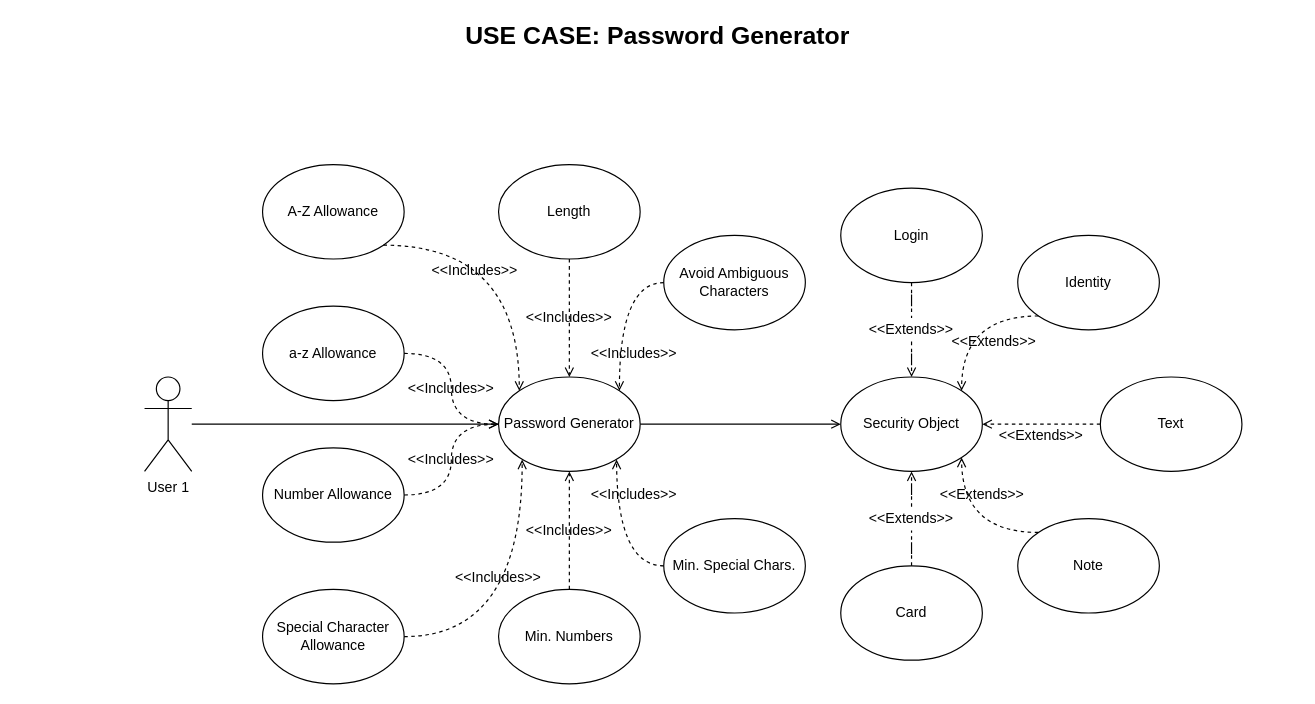
Above: usecase/password_generator/Password.drawio in DoctorEww/software-assurance (draw.io), before the change. Source tidied: cells renumbered, new cells numbered last; positions are measured from the earlier drawing's top-left corner, leaving out a move shared by most shapes. Both pictures are drawn from the tidied source at 118%, with x=0, y=0 at pixel (20, 22).
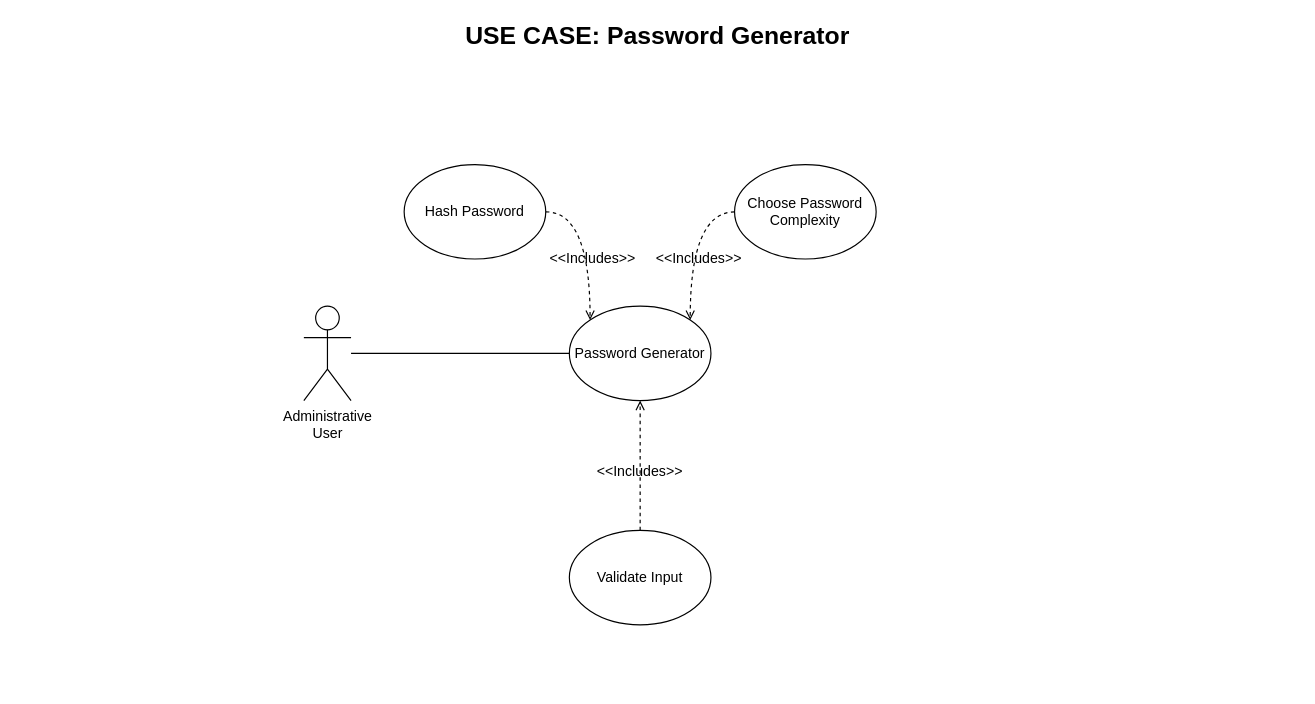
The same page after the edit.

Commit message (it also covers changes not shown here):
Fix Diagrams, Add JPG

Change to the diagram source:
```diff
@@
-    <mxCell id="2" value="User 1" style="shape=umlActor;verticalLabelPosition=bottom;verticalAlign=top;html=1;outlineConnect=0;" parent="1" vertex="1">
-      <mxGeometry x="105" y="300" width="40" height="80" as="geometry" />
+    <mxCell id="2" value="&lt;div&gt;Administrative&lt;/div&gt;&lt;div&gt;User&lt;br&gt;&lt;/div&gt;" style="shape=umlActor;verticalLabelPosition=bottom;verticalAlign=top;html=1;outlineConnect=0;" parent="1" vertex="1">
+      <mxGeometry x="240" y="240" width="40" height="80" as="geometry" />
     </mxCell>
-    <mxCell id="3" style="edgeStyle=orthogonalEdgeStyle;rounded=0;jettySize=auto;html=1;entryX=0;entryY=0.5;entryDx=0;entryDy=0;endArrow=open;endFill=0;" parent="1" edge="1" source="4" target="31">
-      <mxGeometry relative="1" as="geometry" />
-    </mxCell>
     <mxCell id="4" value="Password Generator" style="ellipse;whiteSpace=wrap;html=1;" parent="1" vertex="1">
-      <mxGeometry x="405" y="300" width="120" height="80" as="geometry" />
+      <mxGeometry x="465" y="240" width="120" height="80" as="geometry" />
     </mxCell>
@@
-    <mxCell id="7" style="edgeStyle=orthogonalEdgeStyle;rounded=0;jettySize=auto;html=1;entryX=0.5;entryY=0;entryDx=0;entryDy=0;dashed=1;endArrow=open;endFill=0;" parent="1" edge="1" source="8" target="4">
-      <mxGeometry relative="1" as="geometry" />
+    <mxCell id="7" style="edgeStyle=orthogonalEdgeStyle;rounded=0;jettySize=auto;html=1;entryX=1;entryY=0;entryDx=0;entryDy=0;dashed=1;endArrow=open;endFill=0;curved=1;" parent="1" edge="1" target="4">
+      <mxGeometry relative="1" as="geometry">
+        <mxPoint x="605" y="160" as="sourcePoint" />
+      </mxGeometry>
     </mxCell>
-    <mxCell id="8" value="Length" style="ellipse;whiteSpace=wrap;html=1;" parent="1" vertex="1">
-      <mxGeometry x="405" y="120" width="120" height="80" as="geometry" />
+    <mxCell id="8" value="Choose Password Complexity" style="ellipse;whiteSpace=wrap;html=1;" parent="1" vertex="1">
+      <mxGeometry x="605" y="120" width="120" height="80" as="geometry" />
     </mxCell>
-    <mxCell id="9" value="A-Z Allowance" style="ellipse;whiteSpace=wrap;html=1;" parent="1" vertex="1">
-      <mxGeometry x="205" y="120" width="120" height="80" as="geometry" />
-    </mxCell>
-    <mxCell id="10" value="a-z Allowance" style="ellipse;whiteSpace=wrap;html=1;" parent="1" vertex="1">
-      <mxGeometry x="205" y="240" width="120" height="80" as="geometry" />
-    </mxCell>
-    <mxCell id="11" value="Number Allowance" style="ellipse;whiteSpace=wrap;html=1;" parent="1" vertex="1">
-      <mxGeometry x="205" y="360" width="120" height="80" as="geometry" />
-    </mxCell>
-    <mxCell id="12" value="Special Character Allowance" style="ellipse;whiteSpace=wrap;html=1;" parent="1" vertex="1">
-      <mxGeometry x="205" y="480" width="120" height="80" as="geometry" />
+    <mxCell id="12" value="Hash Password" style="ellipse;whiteSpace=wrap;html=1;" parent="1" vertex="1">
+      <mxGeometry x="325" y="120" width="120" height="80" as="geometry" />
     </mxCell>
@@
-    <mxCell id="14" value="Min. Numbers" style="ellipse;whiteSpace=wrap;html=1;" parent="1" vertex="1">
-      <mxGeometry x="405" y="480" width="120" height="80" as="geometry" />
+    <mxCell id="14" value="Validate Input" style="ellipse;whiteSpace=wrap;html=1;" parent="1" vertex="1">
+      <mxGeometry x="465" y="430" width="120" height="80" as="geometry" />
     </mxCell>
     <mxCell id="15" value="&amp;lt;&amp;lt;Includes&amp;gt;&amp;gt;" style="text;html=1;strokeColor=none;fillColor=none;align=center;verticalAlign=middle;whiteSpace=wrap;rounded=0;" parent="1" vertex="1">
-      <mxGeometry x="415" y="240" width="100" height="20" as="geometry" />
+      <mxGeometry x="525" y="190" width="100" height="20" as="geometry" />
     </mxCell>
-    <mxCell id="16" style="edgeStyle=orthogonalEdgeStyle;rounded=1;jettySize=auto;html=1;entryX=0;entryY=0;entryDx=0;entryDy=0;dashed=1;strokeWidth=1;endFill=0;endArrow=open;curved=1;exitX=1;exitY=1;exitDx=0;exitDy=0;" parent="1" edge="1" source="9" target="4">
-      <mxGeometry relative="1" as="geometry" />
-    </mxCell>
-    <mxCell id="17" style="edgeStyle=orthogonalEdgeStyle;rounded=1;jettySize=auto;html=1;entryX=0;entryY=0.5;entryDx=0;entryDy=0;dashed=1;strokeWidth=1;endFill=0;endArrow=open;curved=1;" parent="1" edge="1" source="10" target="4">
-      <mxGeometry relative="1" as="geometry" />
-    </mxCell>
-    <mxCell id="18" style="edgeStyle=orthogonalEdgeStyle;rounded=1;jettySize=auto;html=1;dashed=1;strokeWidth=1;endFill=0;endArrow=open;curved=1;exitX=1;exitY=0.5;exitDx=0;exitDy=0;" parent="1" edge="1" source="11" target="4">
-      <mxGeometry relative="1" as="geometry" />
-    </mxCell>
-    <mxCell id="19" style="edgeStyle=orthogonalEdgeStyle;rounded=1;jettySize=auto;html=1;dashed=1;strokeWidth=1;endFill=0;endArrow=open;curved=1;" parent="1" edge="1" source="12">
-      <mxGeometry relative="1" as="geometry">
-        <mxPoint x="425" y="370" as="targetPoint" />
-      </mxGeometry>
+    <mxCell id="19" style="edgeStyle=orthogonalEdgeStyle;rounded=1;jettySize=auto;html=1;dashed=1;strokeWidth=1;endFill=0;endArrow=open;curved=1;entryX=0;entryY=0;entryDx=0;entryDy=0;" parent="1" edge="1" source="12" target="4">
+      <mxGeometry relative="1" as="geometry" />
     </mxCell>
-    <mxCell id="20" value="Min. Special Chars." style="ellipse;whiteSpace=wrap;html=1;" parent="1" vertex="1">
-      <mxGeometry x="545" y="420" width="120" height="80" as="geometry" />
-    </mxCell>
-    <mxCell id="21" value="Avoid Ambiguous Characters" style="ellipse;whiteSpace=wrap;html=1;" parent="1" vertex="1">
-      <mxGeometry x="545" y="180" width="120" height="80" as="geometry" />
-    </mxCell>
-    <mxCell id="22" style="edgeStyle=orthogonalEdgeStyle;rounded=1;jettySize=auto;html=1;dashed=1;strokeWidth=1;endFill=0;endArrow=open;curved=1;exitX=0;exitY=0.5;exitDx=0;exitDy=0;entryX=1;entryY=0;entryDx=0;entryDy=0;" parent="1" edge="1" source="21" target="4">
-      <mxGeometry relative="1" as="geometry" />
-    </mxCell>
-    <mxCell id="23" style="edgeStyle=orthogonalEdgeStyle;rounded=1;jettySize=auto;html=1;dashed=1;strokeWidth=1;endFill=0;endArrow=open;curved=1;exitX=0;exitY=0.5;exitDx=0;exitDy=0;" parent="1" edge="1" source="20">
-      <mxGeometry relative="1" as="geometry">
-        <mxPoint x="505" y="370" as="targetPoint" />
-      </mxGeometry>
-    </mxCell>
-    <mxCell id="24" value="&amp;lt;&amp;lt;Includes&amp;gt;&amp;gt;" style="text;html=1;strokeColor=none;fillColor=none;align=center;verticalAlign=middle;whiteSpace=wrap;rounded=0;" parent="1" vertex="1">
-      <mxGeometry x="415" y="420" width="100" height="20" as="geometry" />
-    </mxCell>
     <mxCell id="25" value="&amp;lt;&amp;lt;Includes&amp;gt;&amp;gt;" style="text;html=1;strokeColor=none;fillColor=none;align=center;verticalAlign=middle;whiteSpace=wrap;rounded=0;" parent="1" vertex="1">
-      <mxGeometry x="355" y="460" width="100" height="20" as="geometry" />
+      <mxGeometry x="475" y="370" width="100" height="20" as="geometry" />
     </mxCell>
-    <mxCell id="26" value="&amp;lt;&amp;lt;Includes&amp;gt;&amp;gt;" style="text;html=1;strokeColor=none;fillColor=none;align=center;verticalAlign=middle;whiteSpace=wrap;rounded=0;" parent="1" vertex="1">
-      <mxGeometry x="315" y="360" width="100" height="20" as="geometry" />
-    </mxCell>
-    <mxCell id="27" value="&amp;lt;&amp;lt;Includes&amp;gt;&amp;gt;" style="text;html=1;strokeColor=none;fillColor=none;align=center;verticalAlign=middle;whiteSpace=wrap;rounded=0;" parent="1" vertex="1">
-      <mxGeometry x="315" y="300" width="100" height="20" as="geometry" />
-    </mxCell>
-    <mxCell id="28" value="&amp;lt;&amp;lt;Includes&amp;gt;&amp;gt;" style="text;html=1;strokeColor=none;fillColor=none;align=center;verticalAlign=middle;whiteSpace=wrap;rounded=0;" parent="1" vertex="1">
-      <mxGeometry x="335" y="200" width="100" height="20" as="geometry" />
-    </mxCell>
-    <mxCell id="29" value="&amp;lt;&amp;lt;Includes&amp;gt;&amp;gt;" style="text;html=1;strokeColor=none;fillColor=none;align=center;verticalAlign=middle;whiteSpace=wrap;rounded=0;" parent="1" vertex="1">
-      <mxGeometry x="470" y="270" width="100" height="20" as="geometry" />
-    </mxCell>
-    <mxCell id="30" value="&amp;lt;&amp;lt;Includes&amp;gt;&amp;gt;" style="text;html=1;strokeColor=none;fillColor=none;align=center;verticalAlign=middle;whiteSpace=wrap;rounded=0;" parent="1" vertex="1">
-      <mxGeometry x="470" y="390" width="100" height="20" as="geometry" />
-    </mxCell>
-    <mxCell id="31" value="Security Object" style="ellipse;whiteSpace=wrap;html=1;" parent="1" vertex="1">
-      <mxGeometry x="695" y="300" width="120" height="80" as="geometry" />
-    </mxCell>
-    <mxCell id="32" style="edgeStyle=orthogonalEdgeStyle;rounded=0;jettySize=auto;html=1;entryX=0.5;entryY=0;entryDx=0;entryDy=0;dashed=1;endArrow=open;endFill=0;startArrow=none;" parent="1" edge="1" source="42" target="31">
-      <mxGeometry relative="1" as="geometry" />
-    </mxCell>
-    <mxCell id="33" value="Login" style="ellipse;whiteSpace=wrap;html=1;" parent="1" vertex="1">
-      <mxGeometry x="695" y="140" width="120" height="80" as="geometry" />
-    </mxCell>
-    <mxCell id="34" style="edgeStyle=orthogonalEdgeStyle;rounded=0;jettySize=auto;html=1;entryX=0.5;entryY=1;entryDx=0;entryDy=0;dashed=1;endArrow=open;endFill=0;startArrow=none;" parent="1" edge="1" source="46" target="31">
-      <mxGeometry relative="1" as="geometry" />
-    </mxCell>
-    <mxCell id="35" value="Card" style="ellipse;whiteSpace=wrap;html=1;" parent="1" vertex="1">
-      <mxGeometry x="695" y="460" width="120" height="80" as="geometry" />
-    </mxCell>
-    <mxCell id="36" value="Identity" style="ellipse;whiteSpace=wrap;html=1;" parent="1" vertex="1">
-      <mxGeometry x="845" y="180" width="120" height="80" as="geometry" />
-    </mxCell>
-    <mxCell id="37" value="Note" style="ellipse;whiteSpace=wrap;html=1;" parent="1" vertex="1">
-      <mxGeometry x="845" y="420" width="120" height="80" as="geometry" />
-    </mxCell>
-    <mxCell id="38" style="edgeStyle=orthogonalEdgeStyle;rounded=0;jettySize=auto;html=1;entryX=1;entryY=0.5;entryDx=0;entryDy=0;dashed=1;endArrow=open;endFill=0;" parent="1" edge="1" source="39" target="31">
-      <mxGeometry relative="1" as="geometry" />
-    </mxCell>
-    <mxCell id="39" value="Text" style="ellipse;whiteSpace=wrap;html=1;" parent="1" vertex="1">
-      <mxGeometry x="915" y="300" width="120" height="80" as="geometry" />
-    </mxCell>
-    <mxCell id="40" style="edgeStyle=orthogonalEdgeStyle;rounded=1;jettySize=auto;html=1;entryX=1;entryY=0;entryDx=0;entryDy=0;dashed=1;strokeWidth=1;endFill=0;endArrow=open;curved=1;exitX=0;exitY=1;exitDx=0;exitDy=0;" parent="1" edge="1" source="36" target="31">
-      <mxGeometry relative="1" as="geometry" />
-    </mxCell>
-    <mxCell id="41" style="edgeStyle=orthogonalEdgeStyle;rounded=1;jettySize=auto;html=1;dashed=1;strokeWidth=1;endFill=0;endArrow=open;curved=1;exitX=0;exitY=0;exitDx=0;exitDy=0;entryX=1;entryY=1;entryDx=0;entryDy=0;" parent="1" edge="1" source="37" target="31">
-      <mxGeometry relative="1" as="geometry" />
-    </mxCell>
-    <mxCell id="42" value="&amp;lt;&amp;lt;Extends&amp;gt;&amp;gt;" style="text;html=1;strokeColor=none;fillColor=none;align=center;verticalAlign=middle;whiteSpace=wrap;rounded=0;" parent="1" vertex="1">
-      <mxGeometry x="705" y="250" width="100" height="20" as="geometry" />
-    </mxCell>
-    <mxCell id="43" style="edgeStyle=orthogonalEdgeStyle;rounded=0;jettySize=auto;html=1;entryX=0.5;entryY=0;entryDx=0;entryDy=0;dashed=1;endArrow=none;endFill=0;" parent="1" edge="1" source="33" target="42">
-      <mxGeometry relative="1" as="geometry" />
-    </mxCell>
-    <mxCell id="44" value="&amp;lt;&amp;lt;Extends&amp;gt;&amp;gt;" style="text;html=1;strokeColor=none;fillColor=none;align=center;verticalAlign=middle;whiteSpace=wrap;rounded=0;" parent="1" vertex="1">
-      <mxGeometry x="775" y="260" width="100" height="20" as="geometry" />
-    </mxCell>
-    <mxCell id="45" value="&amp;lt;&amp;lt;Extends&amp;gt;&amp;gt;" style="text;html=1;strokeColor=none;fillColor=none;align=center;verticalAlign=middle;whiteSpace=wrap;rounded=0;" parent="1" vertex="1">
-      <mxGeometry x="765" y="390" width="100" height="20" as="geometry" />
-    </mxCell>
-    <mxCell id="46" value="&amp;lt;&amp;lt;Extends&amp;gt;&amp;gt;" style="text;html=1;strokeColor=none;fillColor=none;align=center;verticalAlign=middle;whiteSpace=wrap;rounded=0;" parent="1" vertex="1">
-      <mxGeometry x="705" y="410" width="100" height="20" as="geometry" />
-    </mxCell>
-    <mxCell id="47" style="edgeStyle=orthogonalEdgeStyle;rounded=0;jettySize=auto;html=1;entryX=0.5;entryY=1;entryDx=0;entryDy=0;dashed=1;endArrow=none;endFill=0;" parent="1" edge="1" source="35" target="46">
-      <mxGeometry relative="1" as="geometry" />
-    </mxCell>
-    <mxCell id="48" value="&amp;lt;&amp;lt;Extends&amp;gt;&amp;gt;" style="text;html=1;strokeColor=none;fillColor=none;align=center;verticalAlign=middle;whiteSpace=wrap;rounded=0;" parent="1" vertex="1">
-      <mxGeometry x="815" y="340" width="100" height="20" as="geometry" />
-    </mxCell>
+    <mxCell id="49" value="&amp;lt;&amp;lt;Includes&amp;gt;&amp;gt;" style="text;html=1;strokeColor=none;fillColor=none;align=center;verticalAlign=middle;whiteSpace=wrap;rounded=0;" parent="1" vertex="1">
+      <mxGeometry x="435" y="190" width="100" height="20" as="geometry" />
+    </mxCell>
```
